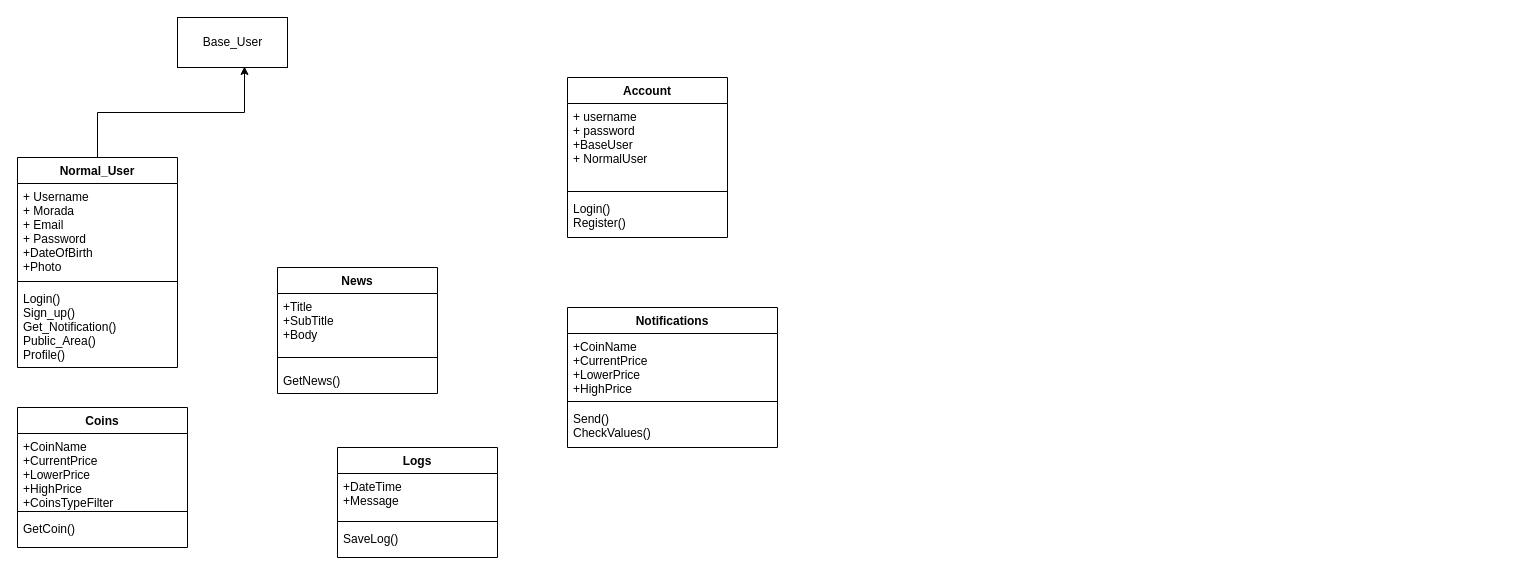
bgabrielma/ES_Project keeps this draw.io diagram as Class_Diagram.drawio. Above is the earlier version. Source tidied: cells renumbered, new cells numbered last; positions are measured from the earlier drawing's top-left corner, leaving out a move shared by most shapes. Both pictures are drawn from the tidied source at 100%, with x=0, y=0 at pixel (17, 17).
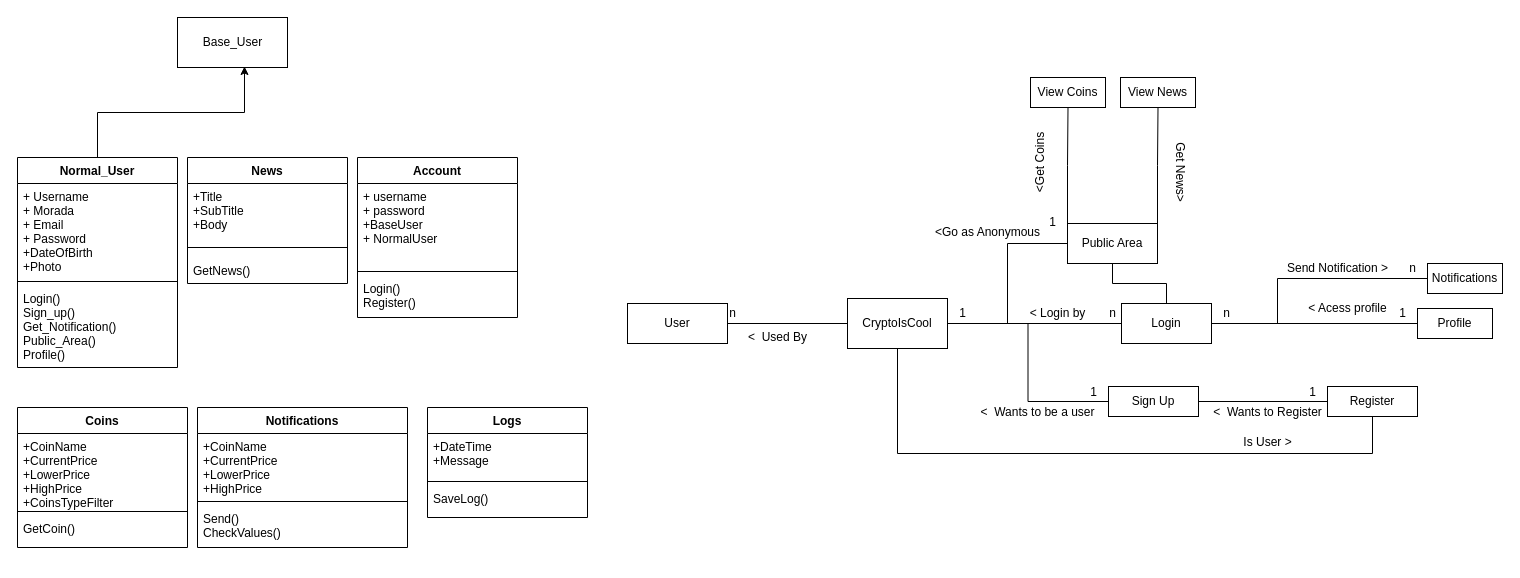
The same diagram, later.

What changed in the source:
```diff
@@
     <mxCell id="12" value="Account" style="swimlane;fontStyle=1;align=center;verticalAlign=top;horizontal=1;startSize=26;" parent="1" vertex="1">
-      <mxGeometry x="550" y="60" width="160" height="160" as="geometry" />
+      <mxGeometry x="340" y="140" width="160" height="160" as="geometry" />
     </mxCell>
@@
     <mxCell id="16" value="Notifications" style="swimlane;fontStyle=1;align=center;verticalAlign=top;horizontal=1;startSize=26;" parent="1" vertex="1">
-      <mxGeometry x="550" y="290" width="210" height="140" as="geometry" />
+      <mxGeometry x="180" y="390" width="210" height="140" as="geometry" />
     </mxCell>
@@
     <mxCell id="20" value="News" style="swimlane;fontStyle=1;align=center;verticalAlign=top;horizontal=1;startSize=26;" parent="1" vertex="1">
-      <mxGeometry x="260" y="250" width="160" height="126" as="geometry" />
+      <mxGeometry x="170" y="140" width="160" height="126" as="geometry" />
     </mxCell>
@@
     <mxCell id="24" value="Logs" style="swimlane;fontStyle=1;align=center;verticalAlign=top;horizontal=1;startSize=26;" parent="1" vertex="1">
-      <mxGeometry x="320" y="430" width="160" height="110" as="geometry" />
+      <mxGeometry x="410" y="390" width="160" height="110" as="geometry" />
     </mxCell>
@@
+    <mxCell id="28" style="edgeStyle=orthogonalEdgeStyle;rounded=0;jettySize=auto;html=1;exitX=1;exitY=0.5;exitDx=0;exitDy=0;entryX=0;entryY=0.5;entryDx=0;entryDy=0;endArrow=none;endFill=0;" parent="1" edge="1" source="29" target="32">
+      <mxGeometry relative="1" as="geometry" />
+    </mxCell>
+    <mxCell id="29" value="User" style="rounded=0;whiteSpace=wrap;html=1;" parent="1" vertex="1">
+      <mxGeometry x="610" y="286" width="100" height="40" as="geometry" />
+    </mxCell>
+    <mxCell id="30" style="edgeStyle=orthogonalEdgeStyle;rounded=0;jettySize=auto;html=1;exitX=1;exitY=0.5;exitDx=0;exitDy=0;endArrow=none;endFill=0;" parent="1" edge="1" source="32" target="36">
+      <mxGeometry relative="1" as="geometry" />
+    </mxCell>
+    <mxCell id="31" style="edgeStyle=orthogonalEdgeStyle;rounded=0;jettySize=auto;html=1;exitX=1;exitY=0.5;exitDx=0;exitDy=0;entryX=0;entryY=0.5;entryDx=0;entryDy=0;endArrow=none;endFill=0;" parent="1" edge="1" source="32" target="38">
+      <mxGeometry relative="1" as="geometry" />
+    </mxCell>
+    <mxCell id="32" value="CryptoIsCool" style="rounded=0;whiteSpace=wrap;html=1;" parent="1" vertex="1">
+      <mxGeometry x="830" y="281" width="100" height="50" as="geometry" />
+    </mxCell>
+    <mxCell id="33" style="edgeStyle=orthogonalEdgeStyle;rounded=0;jettySize=auto;html=1;exitX=1;exitY=0.5;exitDx=0;exitDy=0;entryX=0;entryY=0.5;entryDx=0;entryDy=0;endArrow=none;endFill=0;" parent="1" edge="1" source="36" target="45">
+      <mxGeometry relative="1" as="geometry" />
+    </mxCell>
+    <mxCell id="34" style="edgeStyle=orthogonalEdgeStyle;rounded=0;jettySize=auto;html=1;exitX=1;exitY=0.5;exitDx=0;exitDy=0;entryX=0;entryY=0.5;entryDx=0;entryDy=0;endArrow=none;endFill=0;" parent="1" edge="1" source="36" target="48">
+      <mxGeometry relative="1" as="geometry">
+        <Array as="points">
+          <mxPoint x="1260" y="306" />
+          <mxPoint x="1260" y="261" />
+        </Array>
+      </mxGeometry>
+    </mxCell>
+    <mxCell id="35" style="edgeStyle=orthogonalEdgeStyle;rounded=0;jettySize=auto;html=1;exitX=0.5;exitY=0;exitDx=0;exitDy=0;entryX=0.5;entryY=1;entryDx=0;entryDy=0;endArrow=none;endFill=0;" parent="1" edge="1" source="36" target="41">
+      <mxGeometry relative="1" as="geometry" />
+    </mxCell>
+    <mxCell id="36" value="Login" style="rounded=0;whiteSpace=wrap;html=1;" parent="1" vertex="1">
+      <mxGeometry x="1104" y="286" width="90" height="40" as="geometry" />
+    </mxCell>
+    <mxCell id="37" style="edgeStyle=orthogonalEdgeStyle;rounded=0;jettySize=auto;html=1;exitX=1;exitY=0.5;exitDx=0;exitDy=0;entryX=0;entryY=0.5;entryDx=0;entryDy=0;endArrow=none;endFill=0;" parent="1" edge="1" source="38" target="44">
+      <mxGeometry relative="1" as="geometry" />
+    </mxCell>
+    <mxCell id="38" value="Sign Up" style="rounded=0;whiteSpace=wrap;html=1;" parent="1" vertex="1">
+      <mxGeometry x="1091" y="369" width="90" height="30" as="geometry" />
+    </mxCell>
+    <mxCell id="39" style="edgeStyle=orthogonalEdgeStyle;rounded=0;jettySize=auto;html=1;exitX=0;exitY=0;exitDx=0;exitDy=0;entryX=0.5;entryY=1;entryDx=0;entryDy=0;endArrow=none;endFill=0;" parent="1" edge="1" source="41" target="47">
+      <mxGeometry relative="1" as="geometry" />
+    </mxCell>
+    <mxCell id="40" style="edgeStyle=orthogonalEdgeStyle;rounded=0;jettySize=auto;html=1;exitX=1;exitY=0;exitDx=0;exitDy=0;entryX=0.5;entryY=1;entryDx=0;entryDy=0;endArrow=none;endFill=0;" parent="1" edge="1" source="41" target="46">
+      <mxGeometry relative="1" as="geometry" />
+    </mxCell>
+    <mxCell id="41" value="Public Area" style="rounded=0;whiteSpace=wrap;html=1;" parent="1" vertex="1">
+      <mxGeometry x="1050" y="206" width="90" height="40" as="geometry" />
+    </mxCell>
+    <mxCell id="42" style="edgeStyle=orthogonalEdgeStyle;rounded=0;jettySize=auto;html=1;exitX=0;exitY=0.5;exitDx=0;exitDy=0;entryX=1;entryY=0.5;entryDx=0;entryDy=0;endArrow=none;endFill=0;" parent="1" edge="1" source="41" target="32">
+      <mxGeometry relative="1" as="geometry" />
+    </mxCell>
+    <mxCell id="43" style="edgeStyle=orthogonalEdgeStyle;rounded=0;jettySize=auto;html=1;exitX=0.5;exitY=1;exitDx=0;exitDy=0;entryX=0.5;entryY=1;entryDx=0;entryDy=0;endArrow=none;endFill=0;" parent="1" edge="1" source="44" target="32">
+      <mxGeometry relative="1" as="geometry">
+        <Array as="points">
+          <mxPoint x="1355" y="436" />
+          <mxPoint x="880" y="436" />
+        </Array>
+      </mxGeometry>
+    </mxCell>
+    <mxCell id="44" value="Register" style="rounded=0;whiteSpace=wrap;html=1;" parent="1" vertex="1">
+      <mxGeometry x="1310" y="369" width="90" height="30" as="geometry" />
+    </mxCell>
+    <mxCell id="45" value="Profile" style="rounded=0;whiteSpace=wrap;html=1;" parent="1" vertex="1">
+      <mxGeometry x="1400" y="291" width="75" height="30" as="geometry" />
+    </mxCell>
+    <mxCell id="46" value="View News" style="rounded=0;whiteSpace=wrap;html=1;" parent="1" vertex="1">
+      <mxGeometry x="1103" y="60" width="75" height="30" as="geometry" />
+    </mxCell>
+    <mxCell id="47" value="View Coins" style="rounded=0;whiteSpace=wrap;html=1;" parent="1" vertex="1">
+      <mxGeometry x="1013" y="60" width="75" height="30" as="geometry" />
+    </mxCell>
+    <mxCell id="48" value="Notifications" style="rounded=0;whiteSpace=wrap;html=1;" parent="1" vertex="1">
+      <mxGeometry x="1410" y="246" width="75" height="30" as="geometry" />
+    </mxCell>
+    <mxCell id="49" value="n" style="text;html=1;align=center;verticalAlign=middle;strokeColor=none;fillColor=none;" parent="1" vertex="1">
+      <mxGeometry x="700" y="281" width="30" height="30" as="geometry" />
+    </mxCell>
+    <mxCell id="50" value="1" style="text;html=1;align=center;verticalAlign=middle;strokeColor=none;fillColor=none;" parent="1" vertex="1">
+      <mxGeometry x="930" y="281" width="30" height="30" as="geometry" />
+    </mxCell>
+    <mxCell id="51" value="n" style="text;html=1;align=center;verticalAlign=middle;strokeColor=none;fillColor=none;" parent="1" vertex="1">
+      <mxGeometry x="1080" y="281" width="30" height="30" as="geometry" />
+    </mxCell>
+    <mxCell id="52" value="1" style="text;html=1;align=center;verticalAlign=middle;strokeColor=none;fillColor=none;" parent="1" vertex="1">
+      <mxGeometry x="1020" y="190" width="30" height="30" as="geometry" />
+    </mxCell>
+    <mxCell id="53" value="1" style="text;html=1;align=center;verticalAlign=middle;strokeColor=none;fillColor=none;" parent="1" vertex="1">
+      <mxGeometry x="1061" y="360" width="30" height="30" as="geometry" />
+    </mxCell>
+    <mxCell id="54" value="1" style="text;html=1;align=center;verticalAlign=middle;strokeColor=none;fillColor=none;" parent="1" vertex="1">
+      <mxGeometry x="1280" y="360" width="30" height="30" as="geometry" />
+    </mxCell>
+    <mxCell id="55" value="1" style="text;html=1;align=center;verticalAlign=middle;strokeColor=none;fillColor=none;" parent="1" vertex="1">
+      <mxGeometry x="1370" y="281" width="30" height="30" as="geometry" />
+    </mxCell>
+    <mxCell id="56" value="n" style="text;html=1;align=center;verticalAlign=middle;strokeColor=none;fillColor=none;" parent="1" vertex="1">
+      <mxGeometry x="1194" y="281" width="30" height="30" as="geometry" />
+    </mxCell>
+    <mxCell id="57" value="n" style="text;html=1;align=center;verticalAlign=middle;strokeColor=none;fillColor=none;" parent="1" vertex="1">
+      <mxGeometry x="1380" y="236" width="30" height="30" as="geometry" />
+    </mxCell>
+    <mxCell id="58" value="&amp;lt;&amp;nbsp; Used By" style="text;html=1;align=center;verticalAlign=middle;strokeColor=none;fillColor=none;" parent="1" vertex="1">
+      <mxGeometry x="720" y="305" width="80" height="30" as="geometry" />
+    </mxCell>
+    <mxCell id="59" value="&amp;lt;Go as Anonymous" style="text;html=1;align=center;verticalAlign=middle;strokeColor=none;fillColor=none;" parent="1" vertex="1">
+      <mxGeometry x="905" y="200" width="130" height="30" as="geometry" />
+    </mxCell>
+    <mxCell id="60" value="&amp;lt; Login by" style="text;html=1;align=center;verticalAlign=middle;strokeColor=none;fillColor=none;" parent="1" vertex="1">
+      <mxGeometry x="1000" y="281" width="80" height="30" as="geometry" />
+    </mxCell>
+    <mxCell id="61" value="&amp;lt;&amp;nbsp; Wants to be a user" style="text;html=1;align=center;verticalAlign=middle;strokeColor=none;fillColor=none;" parent="1" vertex="1">
+      <mxGeometry x="950" y="380" width="140" height="30" as="geometry" />
+    </mxCell>
+    <mxCell id="62" value="Is User &amp;gt;" style="text;html=1;align=center;verticalAlign=middle;strokeColor=none;fillColor=none;" parent="1" vertex="1">
+      <mxGeometry x="1215" y="410" width="70" height="30" as="geometry" />
+    </mxCell>
+    <mxCell id="63" value="&amp;lt;&amp;nbsp; Wants to Register" style="text;html=1;align=center;verticalAlign=middle;strokeColor=none;fillColor=none;" parent="1" vertex="1">
+      <mxGeometry x="1185" y="380" width="130" height="30" as="geometry" />
+    </mxCell>
+    <mxCell id="64" value="Send Notification &amp;gt;" style="text;html=1;align=center;verticalAlign=middle;strokeColor=none;fillColor=none;" parent="1" vertex="1">
+      <mxGeometry x="1255" y="236" width="130" height="30" as="geometry" />
+    </mxCell>
+    <mxCell id="65" value="&amp;lt; Acess profile" style="text;html=1;align=center;verticalAlign=middle;strokeColor=none;fillColor=none;" parent="1" vertex="1">
+      <mxGeometry x="1280" y="276" width="100" height="30" as="geometry" />
+    </mxCell>
+    <mxCell id="66" value="Get News&amp;gt;" style="text;html=1;strokeColor=none;fillColor=none;align=center;verticalAlign=middle;whiteSpace=wrap;rounded=0;rotation=90;" parent="1" vertex="1">
+      <mxGeometry x="1120" y="140" width="86" height="30" as="geometry" />
+    </mxCell>
+    <mxCell id="67" value="&amp;lt;Get Coins" style="text;html=1;strokeColor=none;fillColor=none;align=center;verticalAlign=middle;whiteSpace=wrap;rounded=0;rotation=-90;" parent="1" vertex="1">
+      <mxGeometry x="980" y="130" width="86" height="30" as="geometry" />
+    </mxCell>
```
